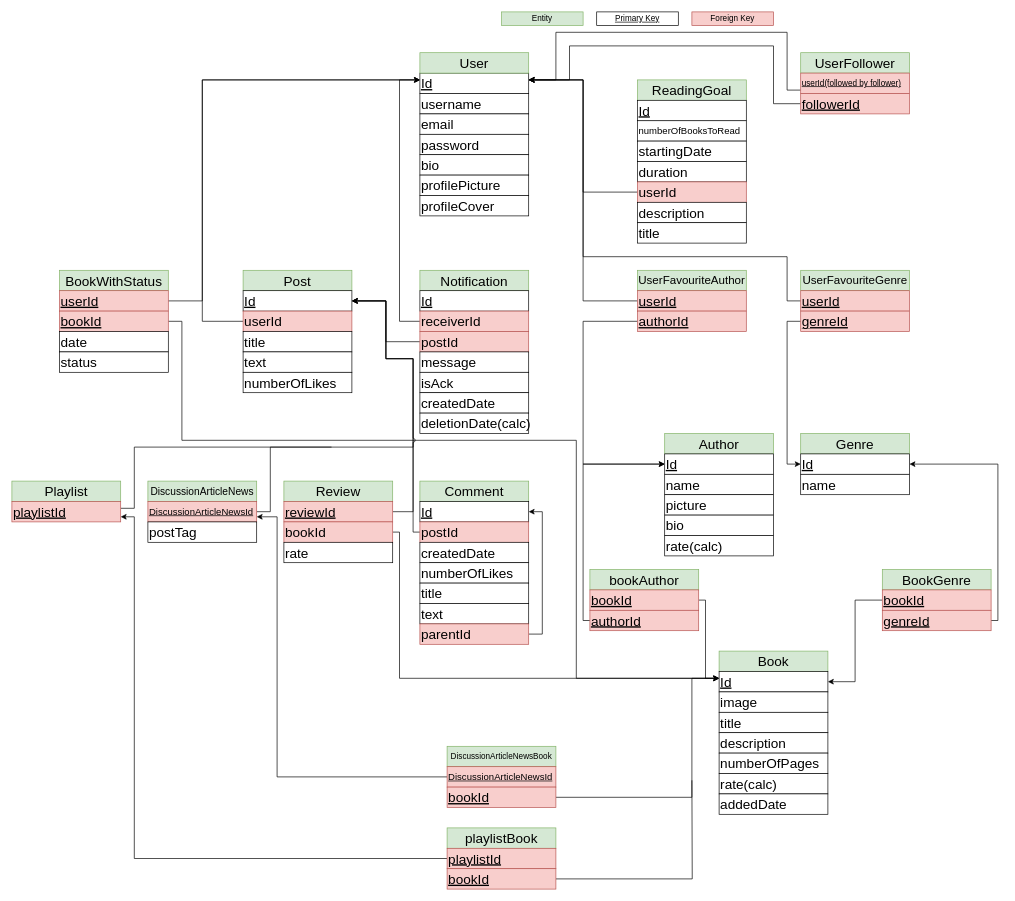
The draw.io diagram page "mapping digaram" (2 of 2) of diagrams.drawio in Yaqra/YaqraApi, before the edit. Source tidied: cells renumbered, new cells numbered last; positions are measured from the earlier drawing's top-left corner, leaving out a move shared by most shapes. Both pictures are drawn from the tidied source at 68%, with x=0, y=0 at pixel (12, 12).
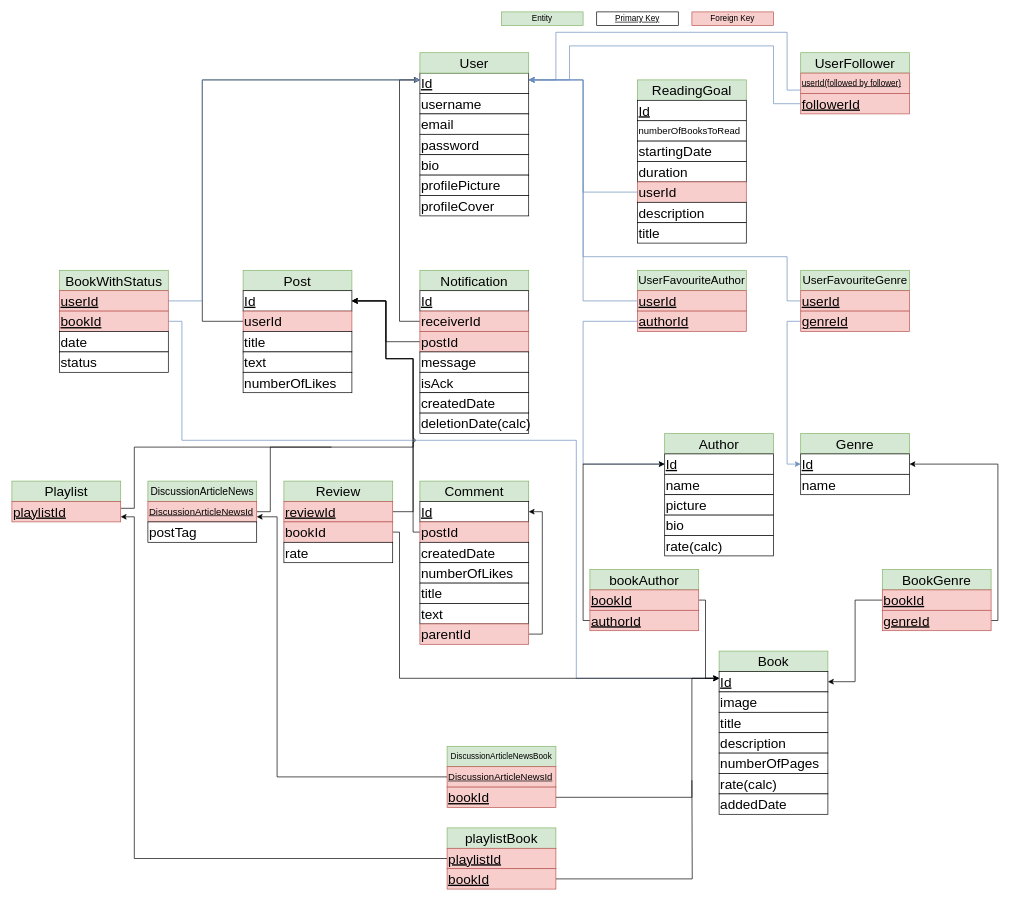
Above is the later version.

Unchanged cells that the change refers to:
```xml
<mxCell id="2" value="&lt;font style=&quot;font-size: 20px;&quot;&gt;&lt;u&gt;Id&lt;/u&gt;&lt;/font&gt;" style="rounded=0;whiteSpace=wrap;html=1;align=left;" parent="1" vertex="1">
  <mxGeometry x="600" y="90" width="160" height="30" as="geometry" />
</mxCell>
<mxCell id="15" value="&lt;font style=&quot;font-size: 20px;&quot;&gt;&lt;u&gt;userId&lt;/u&gt;&lt;/font&gt;" style="rounded=0;whiteSpace=wrap;html=1;align=left;fillColor=#f8cecc;strokeColor=#b85450;" parent="1" vertex="1">
  <mxGeometry x="920" y="410" width="160" height="30" as="geometry" />
</mxCell>
<mxCell id="18" value="&lt;font size=&quot;1&quot; style=&quot;&quot;&gt;&lt;u style=&quot;font-size: 12px;&quot;&gt;userId(followed by follower)&lt;/u&gt;&lt;/font&gt;" style="rounded=0;whiteSpace=wrap;html=1;align=left;fillColor=#f8cecc;strokeColor=#b85450;" parent="1" vertex="1">
  <mxGeometry x="1160" y="90" width="160" height="30" as="geometry" />
</mxCell>
<mxCell id="20" value="&lt;font style=&quot;font-size: 20px;&quot;&gt;&lt;u&gt;followerId&lt;/u&gt;&lt;/font&gt;" style="rounded=0;whiteSpace=wrap;html=1;align=left;fillColor=#f8cecc;strokeColor=#b85450;" parent="1" vertex="1">
  <mxGeometry x="1160" y="120" width="160" height="30" as="geometry" />
</mxCell>
<mxCell id="40" value="&lt;span style=&quot;font-size: 20px;&quot;&gt;&lt;u&gt;userId&lt;/u&gt;&lt;/span&gt;" style="rounded=0;whiteSpace=wrap;html=1;align=left;fillColor=#f8cecc;strokeColor=#b85450;" parent="1" vertex="1">
  <mxGeometry x="70" y="410" width="160" height="30" as="geometry" />
</mxCell>
<mxCell id="42" value="&lt;span style=&quot;font-size: 20px;&quot;&gt;&lt;u&gt;bookId&lt;/u&gt;&lt;/span&gt;" style="rounded=0;whiteSpace=wrap;html=1;align=left;fillColor=#f8cecc;strokeColor=#b85450;" parent="1" vertex="1">
  <mxGeometry x="70" y="440" width="160" height="30" as="geometry" />
</mxCell>
<mxCell id="51" value="&lt;font style=&quot;font-size: 20px;&quot;&gt;userId&lt;/font&gt;" style="rounded=0;whiteSpace=wrap;html=1;align=left;fillColor=#f8cecc;strokeColor=#b85450;textShadow=0;" parent="1" vertex="1">
  <mxGeometry x="920" y="250" width="160" height="30" as="geometry" />
</mxCell>
<mxCell id="55" value="&lt;font style=&quot;font-size: 20px;&quot;&gt;&lt;u&gt;authorId&lt;/u&gt;&lt;/font&gt;" style="rounded=0;whiteSpace=wrap;html=1;align=left;fillColor=#f8cecc;strokeColor=#b85450;" parent="1" vertex="1">
  <mxGeometry x="920" y="440" width="160" height="30" as="geometry" />
</mxCell>
<mxCell id="56" value="&lt;font style=&quot;font-size: 20px;&quot;&gt;&lt;u&gt;Id&lt;/u&gt;&lt;/font&gt;" style="rounded=0;whiteSpace=wrap;html=1;align=left;" parent="1" vertex="1">
  <mxGeometry x="960" y="650" width="160" height="30" as="geometry" />
</mxCell>
<mxCell id="57" value="&lt;font style=&quot;font-size: 20px;&quot;&gt;&lt;u&gt;Id&lt;/u&gt;&lt;/font&gt;" style="rounded=0;whiteSpace=wrap;html=1;align=left;" parent="1" vertex="1">
  <mxGeometry x="1160" y="650" width="160" height="30" as="geometry" />
</mxCell>
<mxCell id="60" value="&lt;font style=&quot;font-size: 20px;&quot;&gt;&lt;u&gt;userId&lt;/u&gt;&lt;/font&gt;" style="rounded=0;whiteSpace=wrap;html=1;align=left;fillColor=#f8cecc;strokeColor=#b85450;" parent="1" vertex="1">
  <mxGeometry x="1160" y="410" width="160" height="30" as="geometry" />
</mxCell>
<mxCell id="62" value="&lt;font style=&quot;font-size: 20px;&quot;&gt;&lt;u&gt;genreId&lt;/u&gt;&lt;/font&gt;" style="rounded=0;whiteSpace=wrap;html=1;align=left;fillColor=#f8cecc;strokeColor=#b85450;" parent="1" vertex="1">
  <mxGeometry x="1160" y="440" width="160" height="30" as="geometry" />
</mxCell>
```

Change to the diagram source:
```diff
@@
-    <mxCell id="14" style="edgeStyle=orthogonalEdgeStyle;rounded=0;jettySize=auto;html=1;" parent="1" edge="1" source="15">
+    <mxCell id="14" style="edgeStyle=orthogonalEdgeStyle;rounded=0;jettySize=auto;html=1;fillColor=#dae8fc;strokeColor=#6c8ebf;" parent="1" edge="1" source="15">
       <mxGeometry relative="1" as="geometry">
         <mxPoint x="760" y="100" as="targetPoint" />
         <Array as="points">
           <mxPoint x="840" y="425" />
           <mxPoint x="840" y="100" />
         </Array>
       </mxGeometry>
     </mxCell>
@@
-    <mxCell id="17" style="edgeStyle=orthogonalEdgeStyle;rounded=0;jettySize=auto;html=1;" parent="1" edge="1" source="18" target="2">
+    <mxCell id="17" style="edgeStyle=orthogonalEdgeStyle;rounded=0;jettySize=auto;html=1;fillColor=#dae8fc;strokeColor=#6c8ebf;" parent="1" edge="1" source="18" target="2">
       <mxGeometry relative="1" as="geometry">
         <Array as="points">
           <mxPoint x="1140" y="115" />
           <mxPoint x="1140" y="30" />
           <mxPoint x="800" y="30" />
           <mxPoint x="800" y="100" />
         </Array>
       </mxGeometry>
     </mxCell>
@@
-    <mxCell id="19" style="edgeStyle=orthogonalEdgeStyle;rounded=0;jettySize=auto;html=1;" parent="1" edge="1" source="20">
+    <mxCell id="19" style="edgeStyle=orthogonalEdgeStyle;rounded=0;jettySize=auto;html=1;fillColor=#dae8fc;strokeColor=#6c8ebf;" parent="1" edge="1" source="20">
       <mxGeometry relative="1" as="geometry">
         <mxPoint x="760" y="100" as="targetPoint" />
         <Array as="points">
           <mxPoint x="1120" y="135" />
           <mxPoint x="1120" y="50" />
           <mxPoint x="820" y="50" />
           <mxPoint x="820" y="100" />
         </Array>
       </mxGeometry>
     </mxCell>
@@
-    <mxCell id="39" style="edgeStyle=orthogonalEdgeStyle;rounded=0;jettySize=auto;html=1;" parent="1" edge="1" source="40">
+    <mxCell id="39" style="edgeStyle=orthogonalEdgeStyle;rounded=0;jettySize=auto;html=1;fillColor=#dae8fc;strokeColor=#6c8ebf;" parent="1" edge="1" source="40">
       <mxGeometry relative="1" as="geometry">
         <mxPoint x="600.3" y="100" as="targetPoint" />
         <Array as="points">
           <mxPoint x="280" y="425" />
           <mxPoint x="280" y="100" />
         </Array>
       </mxGeometry>
     </mxCell>
@@
-    <mxCell id="41" style="edgeStyle=orthogonalEdgeStyle;rounded=0;jettySize=auto;html=1;jumpStyle=arc;" parent="1" edge="1" source="42">
+    <mxCell id="41" style="edgeStyle=orthogonalEdgeStyle;rounded=0;jettySize=auto;html=1;jumpStyle=arc;fillColor=#dae8fc;strokeColor=#6c8ebf;" parent="1" edge="1" source="42">
       <mxGeometry relative="1" as="geometry">
         <mxPoint x="1040" y="980" as="targetPoint" />
         <Array as="points">
           <mxPoint x="250" y="455" />
           <mxPoint x="250" y="630" />
           <mxPoint x="830" y="630" />
           <mxPoint x="830" y="980" />
         </Array>
       </mxGeometry>
     </mxCell>
@@
-    <mxCell id="50" style="edgeStyle=orthogonalEdgeStyle;rounded=0;jettySize=auto;html=1;" parent="1" edge="1" source="51">
+    <mxCell id="50" style="edgeStyle=orthogonalEdgeStyle;rounded=0;jettySize=auto;html=1;fillColor=#dae8fc;strokeColor=#6c8ebf;" parent="1" edge="1" source="51">
       <mxGeometry relative="1" as="geometry">
         <mxPoint x="760" y="100" as="targetPoint" />
         <Array as="points">
           <mxPoint x="840" y="265" />
           <mxPoint x="840" y="100" />
           <mxPoint x="760" y="100" />
         </Array>
       </mxGeometry>
     </mxCell>
@@
-    <mxCell id="54" style="edgeStyle=orthogonalEdgeStyle;rounded=0;jettySize=auto;html=1;entryX=0;entryY=0.5;entryDx=0;entryDy=0;" parent="1" edge="1" source="55" target="56">
+    <mxCell id="54" style="edgeStyle=orthogonalEdgeStyle;rounded=0;jettySize=auto;html=1;entryX=0;entryY=0.5;entryDx=0;entryDy=0;fillColor=#dae8fc;strokeColor=#6c8ebf;" parent="1" edge="1" source="55" target="56">
       <mxGeometry relative="1" as="geometry">
         <Array as="points">
           <mxPoint x="840" y="455" />
           <mxPoint x="840" y="665" />
         </Array>
       </mxGeometry>
     </mxCell>
@@
-    <mxCell id="59" style="edgeStyle=orthogonalEdgeStyle;rounded=0;jettySize=auto;html=1;" parent="1" edge="1" source="60">
+    <mxCell id="59" style="edgeStyle=orthogonalEdgeStyle;rounded=0;jettySize=auto;html=1;fillColor=#dae8fc;strokeColor=#6c8ebf;" parent="1" edge="1" source="60">
       <mxGeometry relative="1" as="geometry">
         <mxPoint x="760" y="100" as="targetPoint" />
         <Array as="points">
           <mxPoint x="1140" y="425" />
           <mxPoint x="1140" y="360" />
           <mxPoint x="840" y="360" />
           <mxPoint x="840" y="100" />
         </Array>
       </mxGeometry>
     </mxCell>
@@
-    <mxCell id="61" style="edgeStyle=orthogonalEdgeStyle;rounded=0;jettySize=auto;html=1;entryX=0;entryY=0.5;entryDx=0;entryDy=0;" parent="1" edge="1" source="62" target="57">
+    <mxCell id="61" style="edgeStyle=orthogonalEdgeStyle;rounded=0;jettySize=auto;html=1;entryX=0;entryY=0.5;entryDx=0;entryDy=0;fillColor=#dae8fc;strokeColor=#6c8ebf;" parent="1" edge="1" source="62" target="57">
       <mxGeometry relative="1" as="geometry">
         <Array as="points">
           <mxPoint x="1140" y="455" />
           <mxPoint x="1140" y="665" />
         </Array>
       </mxGeometry>
     </mxCell>
```
